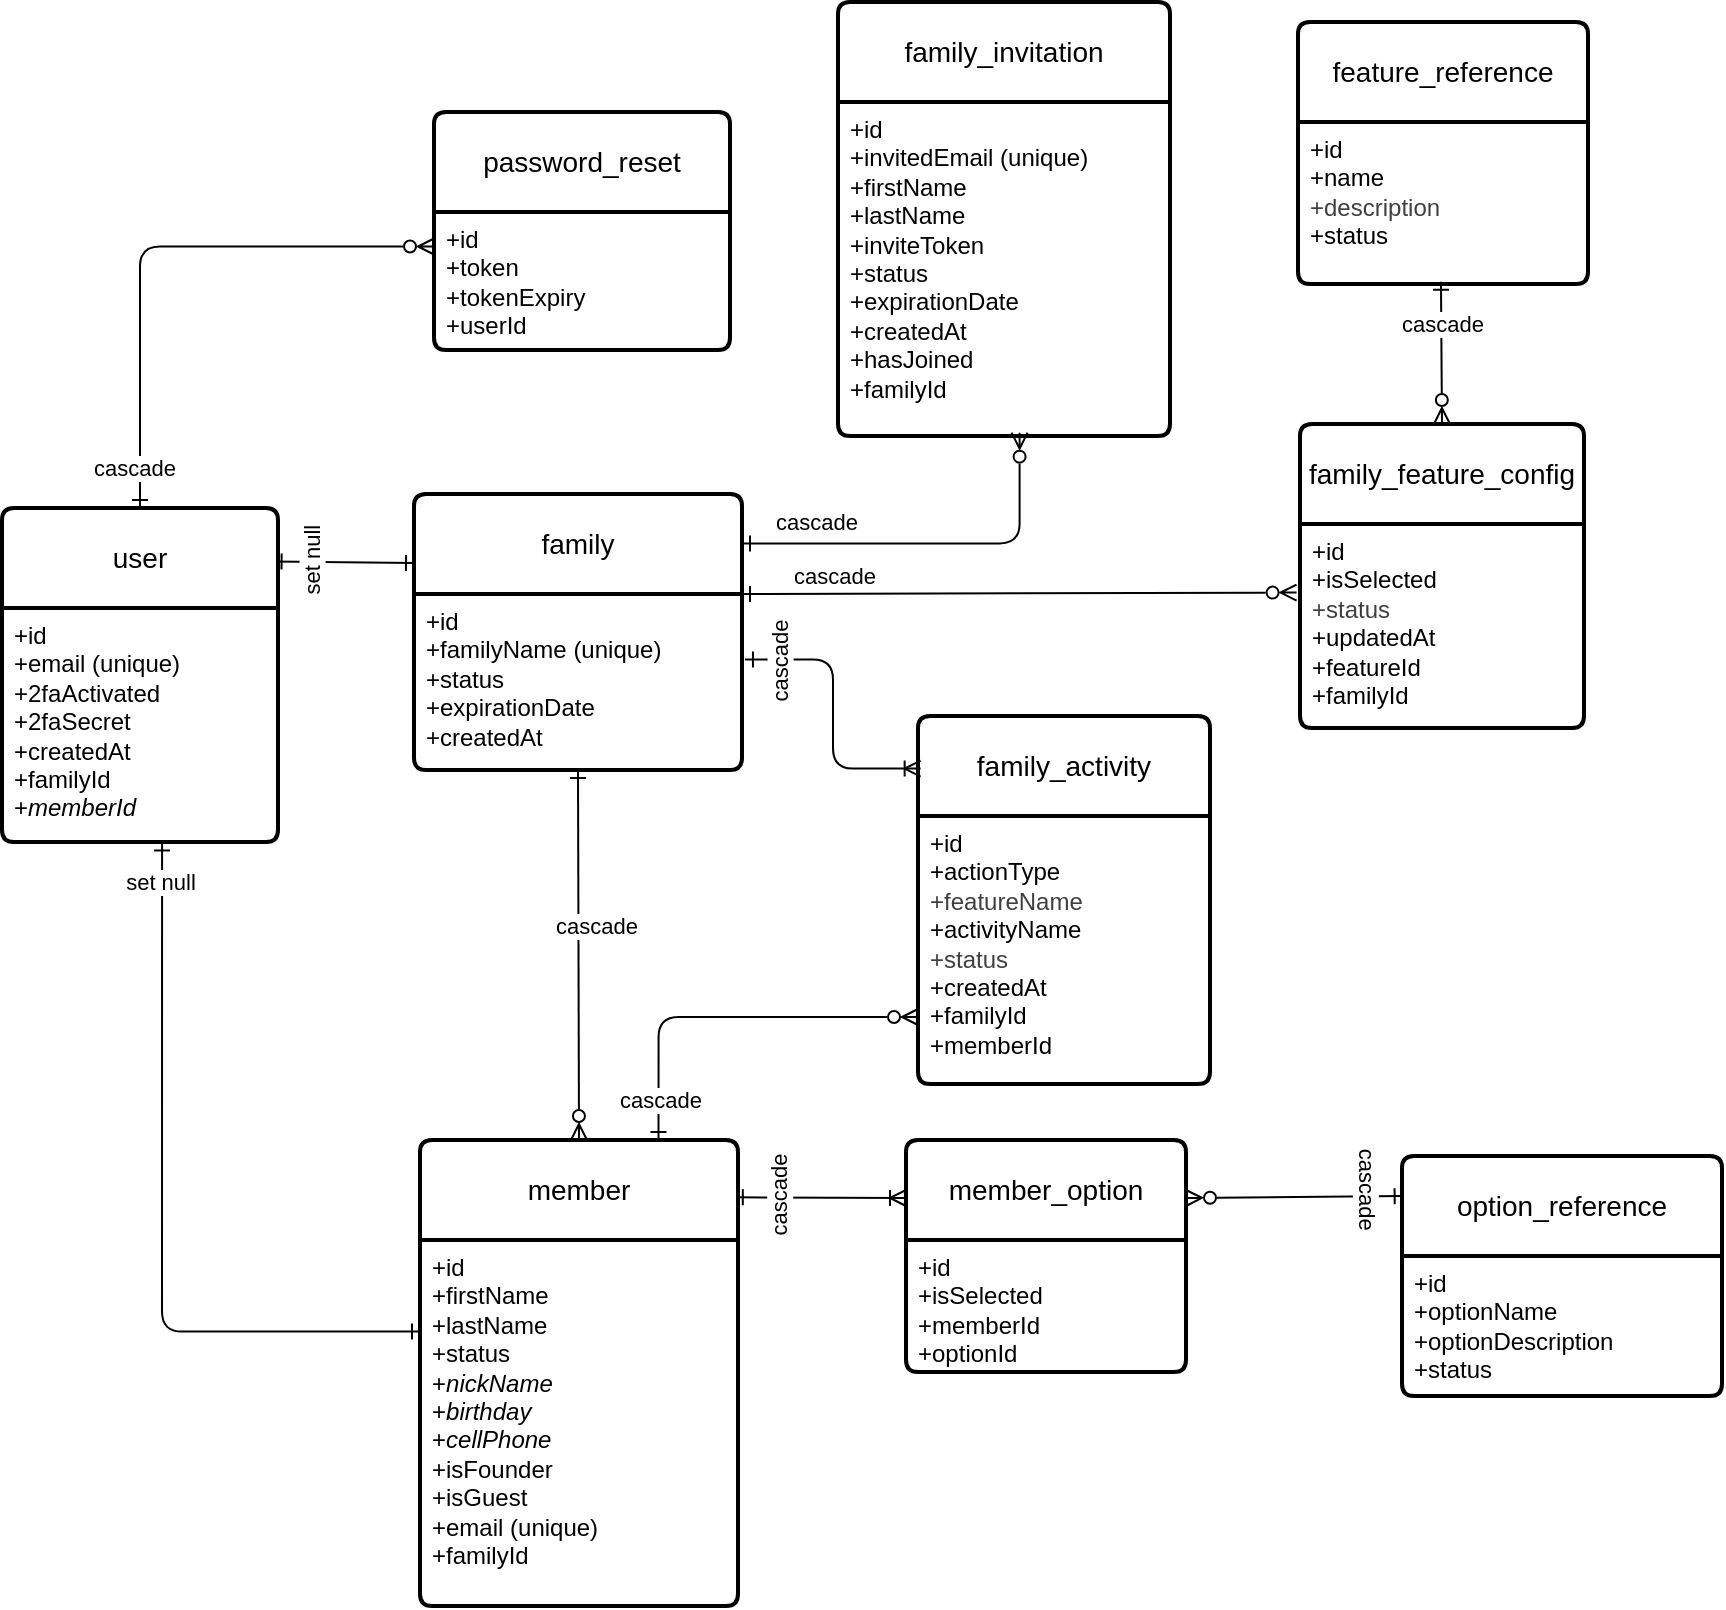
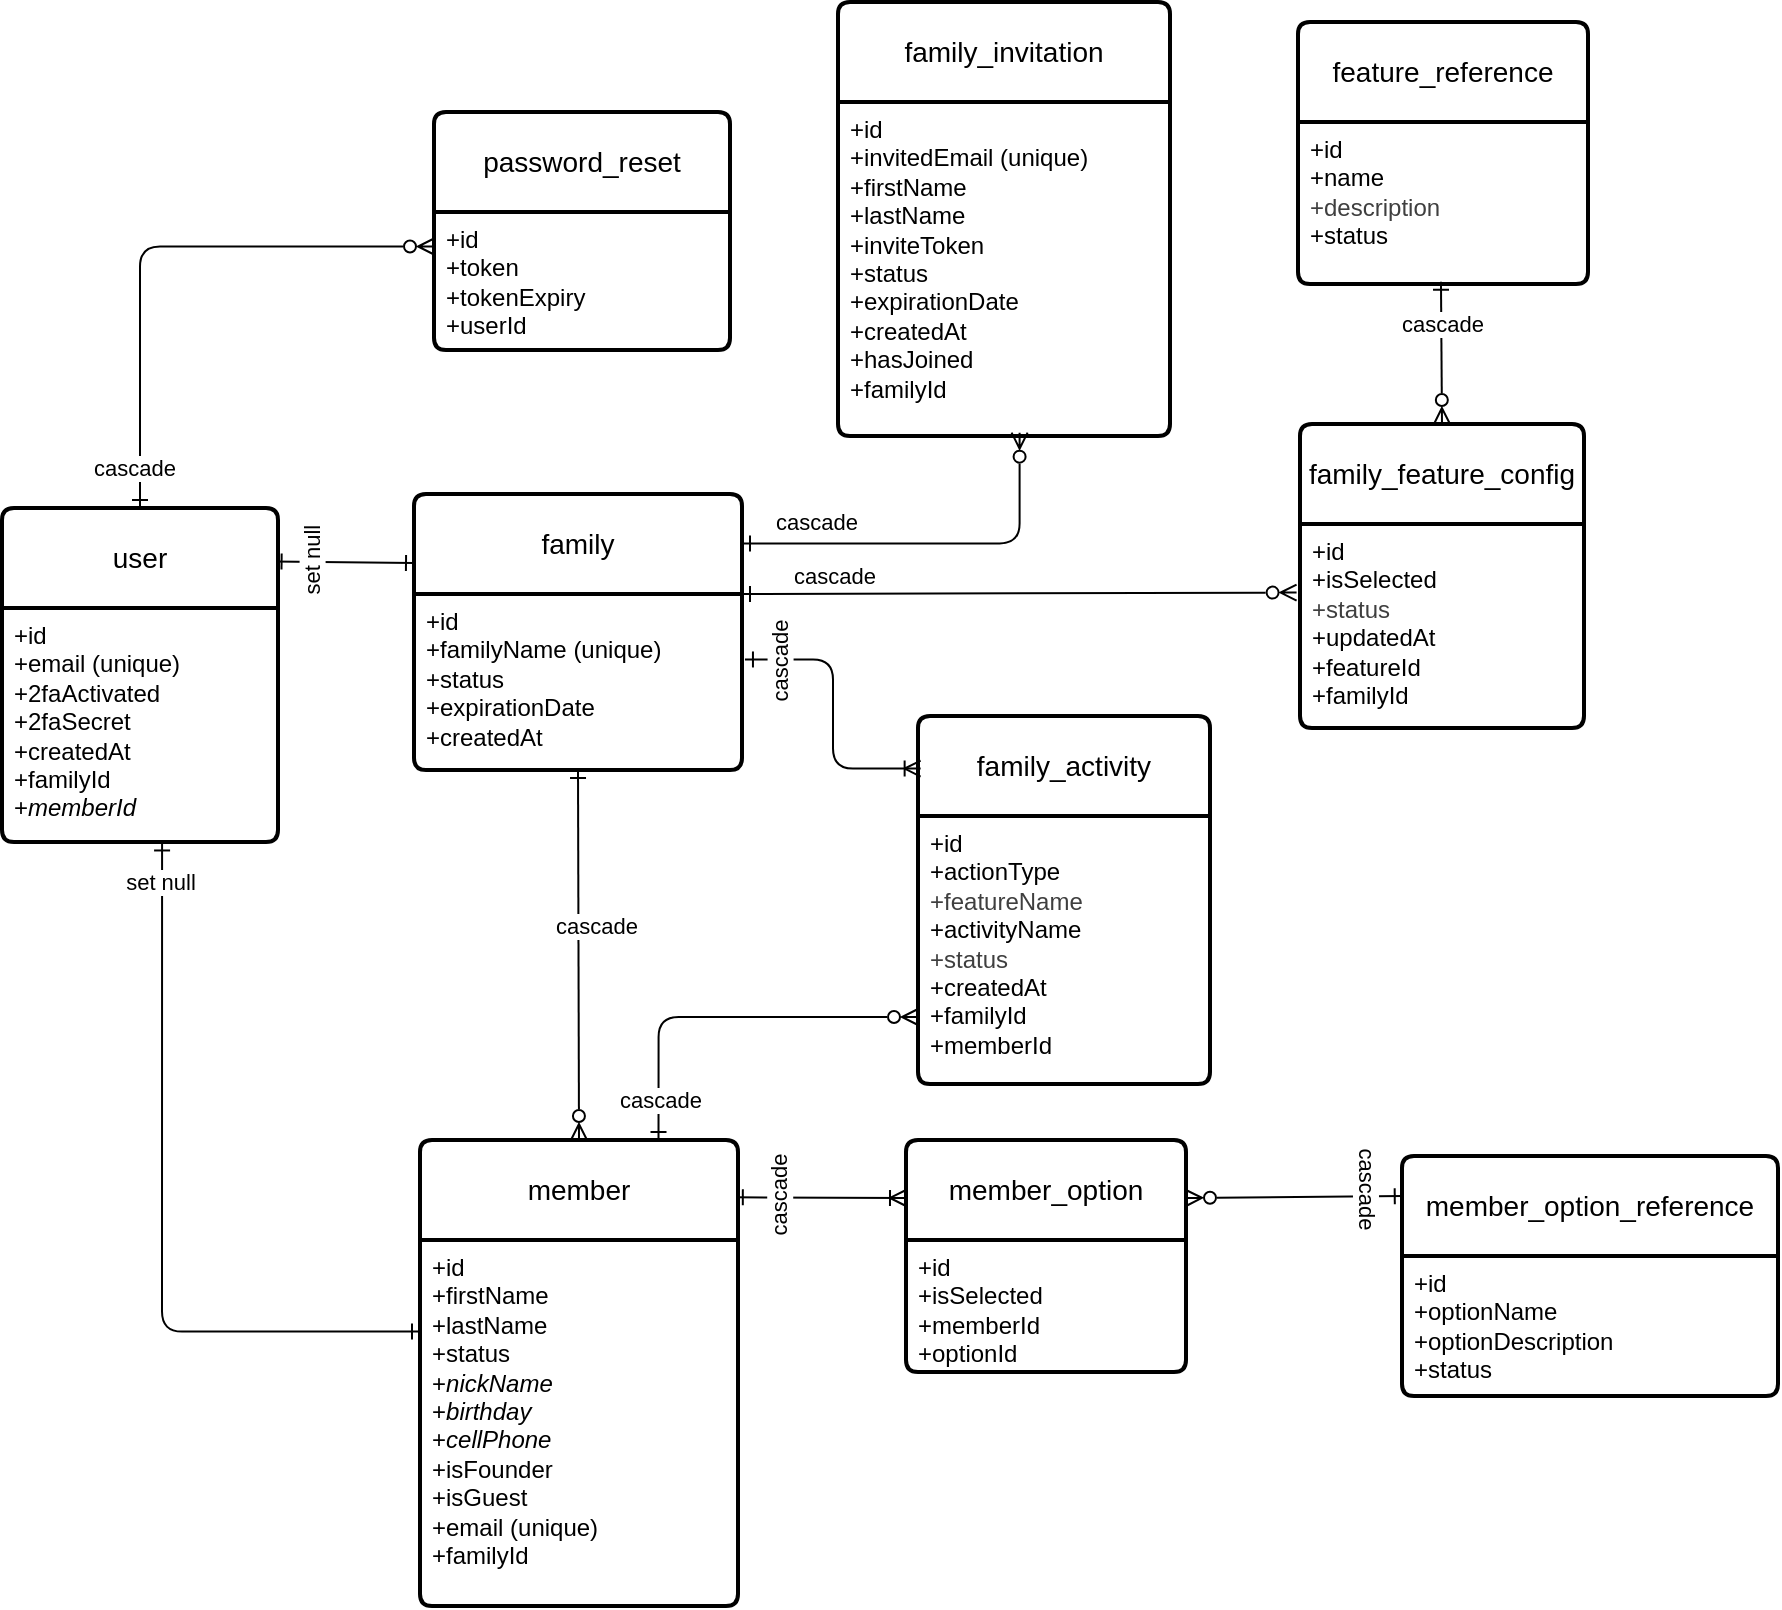
<mxfile host="65bd71144e">
    <diagram id="WX1BQ3sqvUrdIcj5CrVl" name="Page-1">
-         <mxGraphModel dx="1092" dy="837" grid="1" gridSize="2" guides="1" tooltips="1" connect="1" arrows="1" fold="1" page="1" pageScale="1" pageWidth="1100" pageHeight="850" background="#ffffff" math="0" shadow="0">
+         <mxGraphModel dx="1176" dy="507" grid="1" gridSize="2" guides="1" tooltips="1" connect="1" arrows="1" fold="1" page="1" pageScale="1" pageWidth="1100" pageHeight="850" background="#ffffff" math="0" shadow="0">
            <root>
                <mxCell id="0"/>
                <mxCell id="1" parent="0"/>
                <mxCell id="185" style="html=1;endArrow=ERone;endFill=0;startArrow=ERone;startFill=0;elbow=vertical;rounded=1;entryX=0;entryY=0.25;entryDx=0;entryDy=0;exitX=0.58;exitY=1.002;exitDx=0;exitDy=0;exitPerimeter=0;edgeStyle=orthogonalEdgeStyle;" parent="1" source="250" target="248" edge="1">
                    <mxGeometry relative="1" as="geometry">
                        <mxPoint x="304" y="679" as="sourcePoint"/>
                        <mxPoint x="304" y="603" as="targetPoint"/>
                    </mxGeometry>
                </mxCell>
                <mxCell id="192" value="&lt;span&gt;set null&lt;/span&gt;" style="edgeLabel;html=1;align=center;verticalAlign=middle;resizable=0;points=[];fontStyle=0" parent="185" vertex="1" connectable="0">
                    <mxGeometry x="-0.121" y="1" relative="1" as="geometry">
                        <mxPoint x="-2" y="-144" as="offset"/>
                    </mxGeometry>
                </mxCell>
                <mxCell id="186" style="edgeStyle=none;html=1;exitX=0.984;exitY=0.16;exitDx=0;exitDy=0;entryX=0;entryY=0.25;entryDx=0;entryDy=0;endArrow=ERone;endFill=0;startArrow=ERone;startFill=0;exitPerimeter=0;" parent="1" source="249" target="254" edge="1">
                    <mxGeometry relative="1" as="geometry"/>
                </mxCell>
                <mxCell id="193" value="&lt;span&gt;set null&lt;/span&gt;" style="edgeLabel;html=1;align=center;verticalAlign=middle;resizable=0;points=[];rotation=270;fontStyle=0" parent="186" vertex="1" connectable="0">
                    <mxGeometry x="-0.2774" y="1" relative="1" as="geometry">
                        <mxPoint x="-7" y="1" as="offset"/>
                    </mxGeometry>
                </mxCell>
                <mxCell id="187" style="html=1;endArrow=ERzeroToMany;endFill=0;startArrow=ERone;startFill=0;exitX=0.5;exitY=0;exitDx=0;exitDy=0;rounded=1;entryX=0;entryY=0.25;entryDx=0;entryDy=0;edgeStyle=orthogonalEdgeStyle;" parent="1" source="249" target="253" edge="1">
                    <mxGeometry relative="1" as="geometry">
                        <mxPoint x="148" y="233.75" as="sourcePoint"/>
                        <mxPoint x="352.5" y="103" as="targetPoint"/>
                    </mxGeometry>
                </mxCell>
                <mxCell id="194" value="cascade" style="edgeLabel;html=1;align=center;verticalAlign=middle;resizable=0;points=[];" parent="187" vertex="1" connectable="0">
                    <mxGeometry x="-0.0584" y="-2" relative="1" as="geometry">
                        <mxPoint x="-3" y="108" as="offset"/>
                    </mxGeometry>
                </mxCell>
                <mxCell id="188" style="html=1;entryX=0.5;entryY=0;entryDx=0;entryDy=0;exitX=0.5;exitY=1;exitDx=0;exitDy=0;endArrow=ERzeroToMany;endFill=0;startArrow=ERone;startFill=0;" parent="1" source="255" target="247" edge="1">
                    <mxGeometry relative="1" as="geometry">
                        <mxPoint x="400" y="433" as="sourcePoint"/>
                    </mxGeometry>
                </mxCell>
                <mxCell id="189" style="html=1;entryX=0.547;entryY=0.99;entryDx=0;entryDy=0;startArrow=ERone;startFill=0;endArrow=ERzeroToMany;endFill=0;exitX=1;exitY=0.179;exitDx=0;exitDy=0;entryPerimeter=0;elbow=vertical;exitPerimeter=0;edgeStyle=orthogonalEdgeStyle;" parent="1" source="254" target="259" edge="1">
                    <mxGeometry relative="1" as="geometry">
                        <mxPoint x="660" y="363" as="sourcePoint"/>
                    </mxGeometry>
                </mxCell>
                <mxCell id="195" value="cascade" style="edgeLabel;html=1;align=center;verticalAlign=middle;resizable=0;points=[];" parent="189" vertex="1" connectable="0">
                    <mxGeometry x="0.0229" y="-2" relative="1" as="geometry">
                        <mxPoint x="-63" y="-13" as="offset"/>
                    </mxGeometry>
                </mxCell>
                <mxCell id="190" style="edgeStyle=none;html=1;entryX=0;entryY=0.25;entryDx=0;entryDy=0;startArrow=ERone;startFill=0;endArrow=ERoneToMany;endFill=0;exitX=0.99;exitY=0.123;exitDx=0;exitDy=0;exitPerimeter=0;" parent="1" source="247" target="260" edge="1">
                    <mxGeometry relative="1" as="geometry">
                        <mxPoint x="544" y="588" as="sourcePoint"/>
                    </mxGeometry>
                </mxCell>
                <mxCell id="196" value="cascade" style="edgeLabel;html=1;align=center;verticalAlign=middle;resizable=0;points=[];rotation=270;" parent="190" vertex="1" connectable="0">
                    <mxGeometry x="-0.1648" y="-1" relative="1" as="geometry">
                        <mxPoint x="-14" y="-2" as="offset"/>
                    </mxGeometry>
                </mxCell>
                <mxCell id="206" value="" style="fontSize=12;html=1;endArrow=ERzeroToMany;startArrow=ERone;exitX=0.002;exitY=0.167;exitDx=0;exitDy=0;exitPerimeter=0;entryX=1;entryY=0.25;entryDx=0;entryDy=0;rounded=0;startFill=0;endFill=0;" parent="1" source="264" target="260" edge="1">
                    <mxGeometry width="100" height="100" relative="1" as="geometry">
                        <mxPoint x="860" y="447" as="sourcePoint"/>
                        <mxPoint x="960" y="347" as="targetPoint"/>
                    </mxGeometry>
                </mxCell>
                <mxCell id="207" value="cascade" style="edgeLabel;html=1;align=center;verticalAlign=middle;resizable=0;points=[];rotation=90;" parent="206" vertex="1" connectable="0">
                    <mxGeometry x="0.2313" y="-2" relative="1" as="geometry">
                        <mxPoint x="49" y="-3" as="offset"/>
                    </mxGeometry>
                </mxCell>
                <mxCell id="247" value="member" style="swimlane;childLayout=stackLayout;horizontal=1;startSize=50;horizontalStack=0;rounded=1;fontSize=14;fontStyle=0;strokeWidth=2;resizeParent=0;resizeLast=1;shadow=0;dashed=0;align=center;arcSize=4;whiteSpace=wrap;html=1;" parent="1" vertex="1">
                    <mxGeometry x="389" y="585" width="159" height="233" as="geometry"/>
                </mxCell>
                <mxCell id="248" value="&lt;div&gt;+id&lt;/div&gt;+firstName&lt;br&gt;+lastName&lt;br&gt;+status&lt;div&gt;+&lt;i&gt;nickName&lt;/i&gt;&lt;/div&gt;&lt;div&gt;+&lt;i&gt;birthday&lt;/i&gt;&lt;/div&gt;&lt;div&gt;+&lt;i&gt;cellPhone&lt;/i&gt;&lt;/div&gt;&lt;div&gt;+isFounder&lt;/div&gt;&lt;div&gt;+isGuest&lt;/div&gt;&lt;div&gt;+email (unique)&lt;/div&gt;&lt;div&gt;+familyId&lt;/div&gt;" style="align=left;strokeColor=none;fillColor=none;spacingLeft=4;fontSize=12;verticalAlign=top;resizable=0;rotatable=0;part=1;html=1;" parent="247" vertex="1">
                    <mxGeometry y="50" width="159" height="183" as="geometry"/>
                </mxCell>
                <mxCell id="249" value="user" style="swimlane;childLayout=stackLayout;horizontal=1;startSize=50;horizontalStack=0;rounded=1;fontSize=14;fontStyle=0;strokeWidth=2;resizeParent=0;resizeLast=1;shadow=0;dashed=0;align=center;arcSize=4;whiteSpace=wrap;html=1;" parent="1" vertex="1">
                    <mxGeometry x="180" y="269" width="138" height="167" as="geometry"/>
                </mxCell>
                <mxCell id="250" value="+id&lt;div&gt;+email (unique)&lt;/div&gt;&lt;div&gt;+2faActivated&lt;/div&gt;&lt;div&gt;+2faSecret&lt;/div&gt;&lt;div&gt;+createdAt&lt;/div&gt;&lt;div&gt;+familyId&lt;/div&gt;&lt;div&gt;+&lt;i&gt;memberId&lt;/i&gt;&lt;/div&gt;" style="align=left;strokeColor=none;fillColor=none;spacingLeft=4;fontSize=12;verticalAlign=top;resizable=0;rotatable=0;part=1;html=1;" parent="249" vertex="1">
                    <mxGeometry y="50" width="138" height="117" as="geometry"/>
                </mxCell>
                <mxCell id="252" value="password_reset" style="swimlane;childLayout=stackLayout;horizontal=1;startSize=50;horizontalStack=0;rounded=1;fontSize=14;fontStyle=0;strokeWidth=2;resizeParent=0;resizeLast=1;shadow=0;dashed=0;align=center;arcSize=4;whiteSpace=wrap;html=1;" parent="1" vertex="1">
                    <mxGeometry x="396" y="71" width="148" height="119" as="geometry"/>
                </mxCell>
                <mxCell id="253" value="+id&lt;div&gt;+token&lt;/div&gt;&lt;div&gt;+tokenExpiry&lt;/div&gt;&lt;div&gt;+userId&lt;/div&gt;" style="align=left;strokeColor=none;fillColor=none;spacingLeft=4;fontSize=12;verticalAlign=top;resizable=0;rotatable=0;part=1;html=1;" parent="252" vertex="1">
                    <mxGeometry y="50" width="148" height="69" as="geometry"/>
                </mxCell>
                <mxCell id="254" value="family" style="swimlane;childLayout=stackLayout;horizontal=1;startSize=50;horizontalStack=0;rounded=1;fontSize=14;fontStyle=0;strokeWidth=2;resizeParent=0;resizeLast=1;shadow=0;dashed=0;align=center;arcSize=4;whiteSpace=wrap;html=1;" parent="1" vertex="1">
                    <mxGeometry x="386" y="262" width="164" height="138" as="geometry"/>
                </mxCell>
                <mxCell id="255" value="+id&lt;br&gt;+familyName (unique)&lt;br&gt;+status&lt;div&gt;+expirationDate&lt;/div&gt;&lt;div&gt;+createdAt&lt;/div&gt;" style="align=left;strokeColor=none;fillColor=none;spacingLeft=4;fontSize=12;verticalAlign=top;resizable=0;rotatable=0;part=1;html=1;" parent="254" vertex="1">
                    <mxGeometry y="50" width="164" height="88" as="geometry"/>
                </mxCell>
                <mxCell id="258" value="family_invitation" style="swimlane;childLayout=stackLayout;horizontal=1;startSize=50;horizontalStack=0;rounded=1;fontSize=14;fontStyle=0;strokeWidth=2;resizeParent=0;resizeLast=1;shadow=0;dashed=0;align=center;arcSize=4;whiteSpace=wrap;html=1;" parent="1" vertex="1">
                    <mxGeometry x="598" y="16" width="166" height="217" as="geometry"/>
                </mxCell>
                <mxCell id="259" value="+id&lt;br&gt;+invitedEmail (unique)&lt;br&gt;+firstName&lt;div&gt;+lastName&lt;/div&gt;&lt;div&gt;+inviteToken&lt;/div&gt;&lt;div&gt;+status&lt;/div&gt;&lt;div&gt;+expirationDate&lt;/div&gt;&lt;div&gt;+createdAt&lt;/div&gt;&lt;div&gt;+hasJoined&lt;/div&gt;&lt;div&gt;+familyId&lt;/div&gt;" style="align=left;strokeColor=none;fillColor=none;spacingLeft=4;fontSize=12;verticalAlign=top;resizable=0;rotatable=0;part=1;html=1;" parent="258" vertex="1">
                    <mxGeometry y="50" width="166" height="167" as="geometry"/>
                </mxCell>
                <mxCell id="260" value="member_option" style="swimlane;childLayout=stackLayout;horizontal=1;startSize=50;horizontalStack=0;rounded=1;fontSize=14;fontStyle=0;strokeWidth=2;resizeParent=0;resizeLast=1;shadow=0;dashed=0;align=center;arcSize=4;whiteSpace=wrap;html=1;" parent="1" vertex="1">
                    <mxGeometry x="632" y="585" width="140" height="116" as="geometry"/>
                </mxCell>
                <mxCell id="261" value="+id&lt;div&gt;+isSelected&lt;/div&gt;&lt;div&gt;+memberId&lt;/div&gt;&lt;div&gt;+optionId&lt;/div&gt;" style="align=left;strokeColor=none;fillColor=none;spacingLeft=4;fontSize=12;verticalAlign=top;resizable=0;rotatable=0;part=1;html=1;" parent="260" vertex="1">
                    <mxGeometry y="50" width="140" height="66" as="geometry"/>
                </mxCell>
-                 <mxCell id="264" value="option_reference" style="swimlane;childLayout=stackLayout;horizontal=1;startSize=50;horizontalStack=0;rounded=1;fontSize=14;fontStyle=0;strokeWidth=2;resizeParent=0;resizeLast=1;shadow=0;dashed=0;align=center;arcSize=4;whiteSpace=wrap;html=1;" parent="1" vertex="1">
-                     <mxGeometry x="880" y="593" width="160" height="120" as="geometry"/>
+                 <mxCell id="264" value="member_option_reference" style="swimlane;childLayout=stackLayout;horizontal=1;startSize=50;horizontalStack=0;rounded=1;fontSize=14;fontStyle=0;strokeWidth=2;resizeParent=0;resizeLast=1;shadow=0;dashed=0;align=center;arcSize=4;whiteSpace=wrap;html=1;" parent="1" vertex="1">
+                     <mxGeometry x="880" y="593" width="188" height="120" as="geometry"/>
                </mxCell>
                <mxCell id="265" value="+id&lt;div&gt;+optionName&lt;/div&gt;&lt;div&gt;+optionDescription&lt;/div&gt;&lt;div&gt;+status&lt;/div&gt;" style="align=left;strokeColor=none;fillColor=none;spacingLeft=4;fontSize=12;verticalAlign=top;resizable=0;rotatable=0;part=1;html=1;" parent="264" vertex="1">
-                     <mxGeometry y="50" width="160" height="70" as="geometry"/>
+                     <mxGeometry y="50" width="188" height="70" as="geometry"/>
                </mxCell>
                <mxCell id="266" value="family_activity" style="swimlane;childLayout=stackLayout;horizontal=1;startSize=50;horizontalStack=0;rounded=1;fontSize=14;fontStyle=0;strokeWidth=2;resizeParent=0;resizeLast=1;shadow=0;dashed=0;align=center;arcSize=4;whiteSpace=wrap;html=1;" parent="1" vertex="1">
                    <mxGeometry x="638" y="373" width="146" height="184" as="geometry"/>
                </mxCell>
                <mxCell id="267" value="+id&lt;br&gt;+actionType&lt;div style=&quot;color: rgb(63, 63, 63); scrollbar-color: rgb(226, 226, 226) rgb(251, 251, 251);&quot;&gt;+featureName&lt;/div&gt;&lt;div&gt;+activityName&lt;/div&gt;&lt;div&gt;&lt;span style=&quot;color: rgb(63, 63, 63); background-color: transparent;&quot;&gt;+status&lt;/span&gt;&lt;/div&gt;&lt;div&gt;+createdAt&lt;/div&gt;&lt;div&gt;+familyId&lt;/div&gt;&lt;div&gt;+memberId&lt;/div&gt;" style="align=left;strokeColor=none;fillColor=none;spacingLeft=4;fontSize=12;verticalAlign=top;resizable=0;rotatable=0;part=1;html=1;" parent="266" vertex="1">
                    <mxGeometry y="50" width="146" height="134" as="geometry"/>
                </mxCell>
                <mxCell id="268" style="html=1;entryX=0;entryY=0.75;entryDx=0;entryDy=0;startArrow=ERone;startFill=0;endArrow=ERzeroToMany;endFill=0;exitX=0.75;exitY=0;exitDx=0;exitDy=0;elbow=vertical;edgeStyle=orthogonalEdgeStyle;" parent="1" source="247" target="267" edge="1">
                    <mxGeometry relative="1" as="geometry">
                        <mxPoint x="492" y="500" as="sourcePoint"/>
                        <mxPoint x="631" y="444" as="targetPoint"/>
                    </mxGeometry>
                </mxCell>
                <mxCell id="269" value="cascade" style="edgeLabel;html=1;align=center;verticalAlign=middle;resizable=0;points=[];" parent="268" vertex="1" connectable="0">
                    <mxGeometry x="0.0229" y="-2" relative="1" as="geometry">
                        <mxPoint x="-68" y="-48" as="offset"/>
                    </mxGeometry>
                </mxCell>
                <mxCell id="272" value="cascade" style="edgeLabel;html=1;align=center;verticalAlign=middle;resizable=0;points=[];" parent="268" vertex="1" connectable="0">
                    <mxGeometry x="-0.7345" y="1" relative="1" as="geometry">
                        <mxPoint x="1" y="5" as="offset"/>
                    </mxGeometry>
                </mxCell>
                <mxCell id="270" style="edgeStyle=elbowEdgeStyle;html=1;entryX=0.009;entryY=0.143;entryDx=0;entryDy=0;startArrow=ERone;startFill=0;endArrow=ERoneToMany;endFill=0;exitX=1.009;exitY=0.372;exitDx=0;exitDy=0;exitPerimeter=0;entryPerimeter=0;" parent="1" source="255" target="266" edge="1">
                    <mxGeometry relative="1" as="geometry">
                        <mxPoint x="570" y="348" as="sourcePoint"/>
                        <mxPoint x="636" y="348" as="targetPoint"/>
                    </mxGeometry>
                </mxCell>
                <mxCell id="271" value="cascade" style="edgeLabel;html=1;align=center;verticalAlign=middle;resizable=0;points=[];rotation=270;" parent="270" vertex="1" connectable="0">
                    <mxGeometry x="-0.1648" y="-1" relative="1" as="geometry">
                        <mxPoint x="-26" y="-14" as="offset"/>
                    </mxGeometry>
                </mxCell>
-                 <mxCell id="273" value="family_feature_config" style="swimlane;childLayout=stackLayout;horizontal=1;startSize=50;horizontalStack=0;rounded=1;fontSize=14;fontStyle=0;strokeWidth=2;resizeParent=0;resizeLast=1;shadow=0;dashed=0;align=center;arcSize=4;whiteSpace=wrap;html=1;" vertex="1" parent="1">
+                 <mxCell id="273" value="family_feature_config" style="swimlane;childLayout=stackLayout;horizontal=1;startSize=50;horizontalStack=0;rounded=1;fontSize=14;fontStyle=0;strokeWidth=2;resizeParent=0;resizeLast=1;shadow=0;dashed=0;align=center;arcSize=4;whiteSpace=wrap;html=1;" parent="1" vertex="1">
                    <mxGeometry x="829" y="227" width="142" height="152" as="geometry"/>
                </mxCell>
-                 <mxCell id="274" value="+id&lt;br&gt;+isSelected&lt;div style=&quot;color: rgb(63, 63, 63); scrollbar-color: rgb(226, 226, 226) rgb(251, 251, 251);&quot;&gt;&lt;span style=&quot;background-color: transparent;&quot;&gt;+status&lt;/span&gt;&lt;/div&gt;&lt;div&gt;+updatedAt&lt;/div&gt;&lt;div&gt;+featureId&lt;/div&gt;&lt;div&gt;+familyId&lt;/div&gt;" style="align=left;strokeColor=none;fillColor=none;spacingLeft=4;fontSize=12;verticalAlign=top;resizable=0;rotatable=0;part=1;html=1;" vertex="1" parent="273">
+                 <mxCell id="274" value="+id&lt;br&gt;+isSelected&lt;div style=&quot;color: rgb(63, 63, 63); scrollbar-color: rgb(226, 226, 226) rgb(251, 251, 251);&quot;&gt;&lt;span style=&quot;background-color: transparent;&quot;&gt;+status&lt;/span&gt;&lt;/div&gt;&lt;div&gt;+updatedAt&lt;/div&gt;&lt;div&gt;+featureId&lt;/div&gt;&lt;div&gt;+familyId&lt;/div&gt;" style="align=left;strokeColor=none;fillColor=none;spacingLeft=4;fontSize=12;verticalAlign=top;resizable=0;rotatable=0;part=1;html=1;" parent="273" vertex="1">
                    <mxGeometry y="50" width="142" height="102" as="geometry"/>
                </mxCell>
-                 <mxCell id="275" style="html=1;startArrow=ERone;startFill=0;endArrow=ERzeroToMany;endFill=0;exitX=1;exitY=0;exitDx=0;exitDy=0;elbow=vertical;entryX=-0.012;entryY=0.336;entryDx=0;entryDy=0;entryPerimeter=0;" edge="1" parent="1" source="255" target="274">
+                 <mxCell id="275" style="html=1;startArrow=ERone;startFill=0;endArrow=ERzeroToMany;endFill=0;exitX=1;exitY=0;exitDx=0;exitDy=0;elbow=vertical;entryX=-0.012;entryY=0.336;entryDx=0;entryDy=0;entryPerimeter=0;" parent="1" source="255" target="274" edge="1">
                    <mxGeometry relative="1" as="geometry">
                        <mxPoint x="586" y="314" as="sourcePoint"/>
                        <mxPoint x="728" y="314" as="targetPoint"/>
                    </mxGeometry>
                </mxCell>
-                 <mxCell id="276" value="cascade" style="edgeLabel;html=1;align=center;verticalAlign=middle;resizable=0;points=[];" vertex="1" connectable="0" parent="275">
+                 <mxCell id="276" value="cascade" style="edgeLabel;html=1;align=center;verticalAlign=middle;resizable=0;points=[];" parent="275" vertex="1" connectable="0">
                    <mxGeometry x="0.0229" y="-2" relative="1" as="geometry">
                        <mxPoint x="-96" y="-11" as="offset"/>
                    </mxGeometry>
                </mxCell>
-                 <mxCell id="277" value="feature_reference" style="swimlane;childLayout=stackLayout;horizontal=1;startSize=50;horizontalStack=0;rounded=1;fontSize=14;fontStyle=0;strokeWidth=2;resizeParent=0;resizeLast=1;shadow=0;dashed=0;align=center;arcSize=4;whiteSpace=wrap;html=1;" vertex="1" parent="1">
+                 <mxCell id="277" value="feature_reference" style="swimlane;childLayout=stackLayout;horizontal=1;startSize=50;horizontalStack=0;rounded=1;fontSize=14;fontStyle=0;strokeWidth=2;resizeParent=0;resizeLast=1;shadow=0;dashed=0;align=center;arcSize=4;whiteSpace=wrap;html=1;" parent="1" vertex="1">
                    <mxGeometry x="828" y="26" width="145" height="131" as="geometry"/>
                </mxCell>
-                 <mxCell id="278" value="+id&lt;div&gt;+name&lt;/div&gt;&lt;div&gt;&lt;span style=&quot;color: rgb(63, 63, 63); background-color: transparent;&quot;&gt;+description&lt;/span&gt;&lt;/div&gt;&lt;div&gt;+status&lt;/div&gt;&lt;div&gt;&lt;br&gt;&lt;/div&gt;" style="align=left;strokeColor=none;fillColor=none;spacingLeft=4;fontSize=12;verticalAlign=top;resizable=0;rotatable=0;part=1;html=1;" vertex="1" parent="277">
+                 <mxCell id="278" value="+id&lt;div&gt;+name&lt;/div&gt;&lt;div&gt;&lt;span style=&quot;color: rgb(63, 63, 63); background-color: transparent;&quot;&gt;+description&lt;/span&gt;&lt;/div&gt;&lt;div&gt;+status&lt;/div&gt;&lt;div&gt;&lt;br&gt;&lt;/div&gt;" style="align=left;strokeColor=none;fillColor=none;spacingLeft=4;fontSize=12;verticalAlign=top;resizable=0;rotatable=0;part=1;html=1;" parent="277" vertex="1">
                    <mxGeometry y="50" width="145" height="81" as="geometry"/>
                </mxCell>
-                 <mxCell id="280" style="html=1;endArrow=ERzeroToMany;endFill=0;startArrow=ERone;startFill=0;exitX=0.493;exitY=0.986;exitDx=0;exitDy=0;exitPerimeter=0;entryX=0.5;entryY=0;entryDx=0;entryDy=0;" edge="1" parent="1" source="278" target="273">
+                 <mxCell id="280" style="html=1;endArrow=ERzeroToMany;endFill=0;startArrow=ERone;startFill=0;exitX=0.493;exitY=0.986;exitDx=0;exitDy=0;exitPerimeter=0;entryX=0.5;entryY=0;entryDx=0;entryDy=0;" parent="1" source="278" target="273" edge="1">
                    <mxGeometry relative="1" as="geometry">
                        <mxPoint x="900" y="142" as="sourcePoint"/>
                        <mxPoint x="900" y="216" as="targetPoint"/>
                    </mxGeometry>
                </mxCell>
-                 <mxCell id="281" value="cascade" style="edgeLabel;html=1;align=center;verticalAlign=middle;resizable=0;points=[];" vertex="1" connectable="0" parent="280">
+                 <mxCell id="281" value="cascade" style="edgeLabel;html=1;align=center;verticalAlign=middle;resizable=0;points=[];" parent="280" vertex="1" connectable="0">
                    <mxGeometry x="-0.427" relative="1" as="geometry">
                        <mxPoint as="offset"/>
                    </mxGeometry>
                </mxCell>
            </root>
        </mxGraphModel>
    </diagram>
</mxfile>